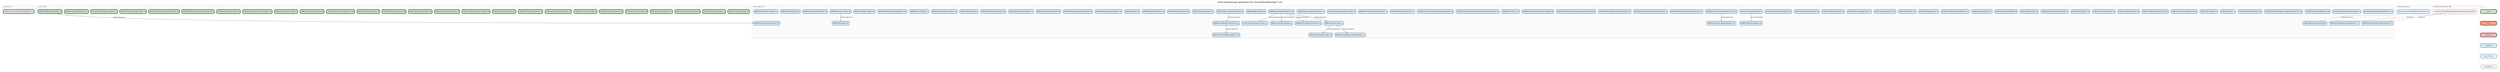
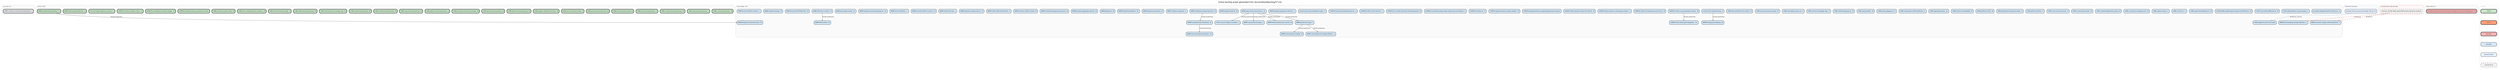
digraph backlog {
  rankdir=TB
  fontname="Helvetica"
  label="Active backlog graph generated from docs/method/backlog/*/*.md"
  labelloc=t
  fontsize=12
  node [shape=box style="rounded,filled" fontname="Helvetica" fontsize=8 margin="0.1,0.05" height=0.35]
  edge [color="#666666" arrowsize=0.5 fontname="Helvetica" fontsize=7]
  newrank=true
  ranksep=0.55
  nodesep=0.2

  subgraph cluster_up_next {
    label="up-next (1)" labeljust=l fontsize=9 fontcolor="#555555"
    style=rounded color="#cccccc" bgcolor="#fafafa"
    up_next_CORE_continuum_structural_reading_port [label="CORE-continuum-structural-reading-port - L" fillcolor="#E5E7EB" penwidth=2]
  }

  subgraph cluster_v0_8_0 {
    label="v0.8.0 (26)" labeljust=l fontsize=9 fontcolor="#555555"
    style=rounded color="#cccccc" bgcolor="#fafafa"
    v0_8_0_CORE_c_structural_parsing [label="CORE-c-structural-parsing - M" fillcolor="#C8E6C9" penwidth=2]
    v0_8_0_CORE_cpp_structural_parsing [label="CORE-cpp-structural-parsing - L" fillcolor="#C8E6C9" penwidth=2]
    v0_8_0_CORE_csharp_structural_parsing [label="CORE-csharp-structural-parsing - M" fillcolor="#C8E6C9" penwidth=2]
    v0_8_0_CORE_go_structural_parsing [label="CORE-go-structural-parsing - S" fillcolor="#C8E6C9" penwidth=2]
    v0_8_0_CORE_hcl_structured_config [label="CORE-hcl-structured-config - M" fillcolor="#C8E6C9" penwidth=2]
    v0_8_0_CORE_java_structural_parsing [label="CORE-java-structural-parsing - M" fillcolor="#C8E6C9" penwidth=2]
    v0_8_0_CORE_json_structured_config [label="CORE-json-structured-config - S" fillcolor="#C8E6C9" penwidth=2]
    v0_8_0_CORE_jupyter_notebook_structure [label="CORE-jupyter-notebook-structure - M" fillcolor="#C8E6C9" penwidth=2]
    v0_8_0_CORE_kotlin_structural_parsing [label="CORE-kotlin-structural-parsing - M" fillcolor="#C8E6C9" penwidth=2]
    v0_8_0_CORE_php_structural_parsing [label="CORE-php-structural-parsing - M" fillcolor="#C8E6C9" penwidth=2]
    v0_8_0_CORE_pr_review_structural_summary [label="CORE-pr-review-structural-summary - M" fillcolor="#C8E6C9" penwidth=2]
    v0_8_0_CORE_python_structural_parsing [label="CORE-python-structural-parsing - S" fillcolor="#C8E6C9" penwidth=2]
    v0_8_0_CORE_ruby_structural_parsing [label="CORE-ruby-structural-parsing - M" fillcolor="#C8E6C9" penwidth=2]
    v0_8_0_CORE_shell_structural_parsing [label="CORE-shell-structural-parsing - M" fillcolor="#C8E6C9" penwidth=2]
    v0_8_0_CORE_sql_structural_parsing [label="CORE-sql-structural-parsing - M" fillcolor="#C8E6C9" penwidth=2]
    v0_8_0_CORE_structural_test_coverage_map [label="CORE-structural-test-coverage-map - M" fillcolor="#C8E6C9" penwidth=2]
    v0_8_0_CORE_swift_structural_parsing [label="CORE-swift-structural-parsing - M" fillcolor="#C8E6C9" penwidth=2]
    v0_8_0_CORE_toml_structured_config [label="CORE-toml-structured-config - S" fillcolor="#C8E6C9" penwidth=2]
    v0_8_0_CORE_tool_context_injection_contracts [label="CORE-tool-context-injection-contracts - M" fillcolor="#C8E6C9" penwidth=2]
    v0_8_0_CORE_yaml_structured_config [label="CORE-yaml-structured-config - M" fillcolor="#C8E6C9" penwidth=2]
    v0_8_0_SURFACE_git_graft_enhance_provenance_hints [label="SURFACE-git-graft-enhance-provenance-hints" fillcolor="#C8E6C9" penwidth=2]
    v0_8_0_SURFACE_pr_feedback_resolution_ledger [label="SURFACE-pr-feedback-resolution-ledger - M" fillcolor="#C8E6C9" penwidth=2]
    v0_8_0_SURFACE_review_cooldown_status [label="SURFACE-review-cooldown-status - S" fillcolor="#C8E6C9" penwidth=2]
    v0_8_0_TEST_bounded_subprocess_policy [label="TEST-bounded-subprocess-policy - S" fillcolor="#C8E6C9" penwidth=2]
    v0_8_0_WARP_dead_symbol_detection [label="WARP-dead-symbol-detection - S" fillcolor="#C8E6C9" penwidth=2]
    v0_8_0_WARP_symbol_history_timeline [label="WARP-symbol-history-timeline - S" fillcolor="#C8E6C9" penwidth=2]
+   }
+ 
+   subgraph cluster_bad_code {
+     label="bad-code (1)" labeljust=l fontsize=9 fontcolor="#555555"
+     style=rounded color="#cccccc" bgcolor="#fafafa"
+     bad_code_CLEAN_remaining_structural_warp_reads_bypass_structural_reading_port [label="CLEAN-remaining-structural-warp-reads-bypass-structural-reading-port - M" fillcolor="#F6B3B3" penwidth=2]
  }

  subgraph cluster_cool_ideas {
    label="Cool Ideas (74)" labeljust=l fontsize=9 fontcolor="#555555"
    style=rounded color="#cccccc" bgcolor="#fafafa"
    cool_ideas_bounded_neighborhood_for_references [label="bounded-neighborhood-for-references - S" fillcolor="#D4E8F7" penwidth=1]
    cool_ideas_CI_001_causal_collapse_visualizer [label="CI-001-causal-collapse-visualizer - L" fillcolor="#D4E8F7" penwidth=1]
    cool_ideas_CI_002_deterministic_scenario_replay [label="CI-002-deterministic-scenario-replay - L" fillcolor="#D4E8F7" penwidth=1]
    cool_ideas_CI_003_mcp_native_diff_protocol [label="CI-003-mcp-native-diff-protocol - M" fillcolor="#D4E8F7" penwidth=1]
    cool_ideas_CLEAN_CODE_parallel_agent_merge_shared_file_loss [label="CLEAN-CODE-parallel-agent-merge-shared-file-loss - M" fillcolor="#D4E8F7" penwidth=1]
    cool_ideas_CORE_agent_handoff_protocol [label="CORE-agent-handoff-protocol - M" fillcolor="#D4E8F7" penwidth=1]
    cool_ideas_CORE_auto_focus [label="CORE-auto-focus - L" fillcolor="#D4E8F7" penwidth=1]
    cool_ideas_CORE_capture_range [label="CORE-capture-range - S" fillcolor="#D4E8F7" penwidth=1]
    cool_ideas_CORE_constructor_in_disguise_lint [label="CORE-constructor-in-disguise-lint - M" fillcolor="#D4E8F7" penwidth=1]
    cool_ideas_CORE_context_budget_forecasting [label="CORE-context-budget-forecasting - M" fillcolor="#D4E8F7" penwidth=1]
    cool_ideas_CORE_conversation_primer [label="CORE-conversation-primer - M" fillcolor="#D4E8F7" penwidth=1]
    cool_ideas_CORE_cross_session_resume [label="CORE-cross-session-resume - S" fillcolor="#D4E8F7" penwidth=1]
    cool_ideas_CORE_graft_as_teacher [label="CORE-graft-as-teacher - S" fillcolor="#D4E8F7" penwidth=1]
    cool_ideas_CORE_graft_teach_learning_receipts [label="CORE-graft-teach-learning-receipts - S" fillcolor="#D4E8F7" penwidth=1]
    cool_ideas_CORE_graft_tool_client [label="CORE-graft-tool-client - M" fillcolor="#D4E8F7" penwidth=1]
    cool_ideas_CORE_horizon_of_readability [label="CORE-horizon-of-readability - M" fillcolor="#D4E8F7" penwidth=1]
    cool_ideas_CORE_lagrangian_policy [label="CORE-lagrangian-policy - XL" fillcolor="#D4E8F7" penwidth=1]
    cool_ideas_CORE_migrate_to_slice_first_reads [label="CORE-migrate-to-slice-first-reads" fillcolor="#D4E8F7" penwidth=1]
    cool_ideas_CORE_multi_agent_conflict_detection [label="CORE-multi-agent-conflict-detection - L" fillcolor="#D4E8F7" penwidth=1]
    cool_ideas_CORE_policy_playground [label="CORE-policy-playground - S" fillcolor="#D4E8F7" penwidth=1]
    cool_ideas_CORE_policy_profiles [label="CORE-policy-profiles - M" fillcolor="#D4E8F7" penwidth=1]
    cool_ideas_CORE_self_tuning_governor [label="CORE-self-tuning-governor - M" fillcolor="#D4E8F7" penwidth=1]
    cool_ideas_CORE_session_knowledge_map [label="CORE-session-knowledge-map - S" fillcolor="#D4E8F7" penwidth=1]
    cool_ideas_CORE_speculative_read_cost [label="CORE-speculative-read-cost - S" fillcolor="#D4E8F7" penwidth=1]
    cool_ideas_CORE_structural_session_replay [label="CORE-structural-session-replay - M" fillcolor="#D4E8F7" penwidth=1]
    cool_ideas_CORE_wire_primitives_into_runtime [label="CORE-wire-primitives-into-runtime - M" fillcolor="#D4E8F7" penwidth=1]
    cool_ideas_monitor_tick_ceiling_tracking [label="monitor-tick-ceiling-tracking - S" fillcolor="#D4E8F7" penwidth=1]
    cool_ideas_SURFACE_active_causal_workspace_status [label="SURFACE-active-causal-workspace-status - M" fillcolor="#D4E8F7" penwidth=1]
    cool_ideas_SURFACE_attach_to_existing_causal_session [label="SURFACE-attach-to-existing-causal-session - M" fillcolor="#D4E8F7" penwidth=1]
    cool_ideas_SURFACE_bijou_daemon_control_plane_actions [label="SURFACE-bijou-daemon-control-plane-actions - L" fillcolor="#D4E8F7" penwidth=1]
    cool_ideas_SURFACE_bijou_daemon_status_live_refresh [label="SURFACE-bijou-daemon-status-live-refresh - M" fillcolor="#D4E8F7" penwidth=1]
    cool_ideas_SURFACE_git_graft_enhance_expanded_git_subcommands [label="SURFACE-git-graft-enhance-expanded-git-subcommands" fillcolor="#D4E8F7" penwidth=1]
    cool_ideas_SURFACE_graft_review_pr_number_adapter [label="SURFACE-graft-review-pr-number-adapter - M" fillcolor="#D4E8F7" penwidth=1]
    cool_ideas_SURFACE_ide_native_graft_integration [label="SURFACE-ide-native-graft-integration - XL" fillcolor="#D4E8F7" penwidth=1]
    cool_ideas_SURFACE_init_dry_run [label="SURFACE-init-dry-run - S" fillcolor="#D4E8F7" penwidth=1]
    cool_ideas_SURFACE_local_history_dag_render_mode_and_count_legend [label="SURFACE-local-history-dag-render-mode-and-count-legend - S" fillcolor="#D4E8F7" penwidth=1]
    cool_ideas_SURFACE_non_codex_instruction_bootstrap_parity [label="SURFACE-non-codex-instruction-bootstrap-parity - M" fillcolor="#D4E8F7" penwidth=1]
    cool_ideas_SURFACE_offer_rename_refactor [label="SURFACE-offer-rename-refactor - L" fillcolor="#D4E8F7" penwidth=1]
    cool_ideas_SURFACE_terminal_activity_browser_tui [label="SURFACE-terminal-activity-browser-tui - L" fillcolor="#D4E8F7" penwidth=1]
    cool_ideas_traverse_plus_query_hydration_helper [label="traverse-plus-query-hydration-helper - S" fillcolor="#D4E8F7" penwidth=1]
    cool_ideas_WARP_adaptive_projection_selection [label="WARP-adaptive-projection-selection - L" fillcolor="#D4E8F7" penwidth=1]
    cool_ideas_WARP_agent_action_provenance [label="WARP-agent-action-provenance - XL" fillcolor="#D4E8F7" penwidth=1]
    cool_ideas_WARP_auto_breaking_change_detection [label="WARP-auto-breaking-change-detection - L" fillcolor="#D4E8F7" penwidth=1]
    cool_ideas_WARP_background_indexing [label="WARP-background-indexing - M" fillcolor="#D4E8F7" penwidth=1]
    cool_ideas_WARP_budget_elasticity [label="WARP-budget-elasticity - M" fillcolor="#D4E8F7" penwidth=1]
    cool_ideas_WARP_causal_blame_for_staged_artifacts [label="WARP-causal-blame-for-staged-artifacts - L" fillcolor="#D4E8F7" penwidth=1]
    cool_ideas_WARP_causal_write_tracking [label="WARP-causal-write-tracking - L" fillcolor="#D4E8F7" penwidth=1]
    cool_ideas_WARP_codebase_entropy_trajectory [label="WARP-codebase-entropy-trajectory - M" fillcolor="#D4E8F7" penwidth=1]
    cool_ideas_WARP_codebase_signature [label="WARP-codebase-signature - L" fillcolor="#D4E8F7" penwidth=1]
    cool_ideas_WARP_counterfactual_refactoring [label="WARP-counterfactual-refactoring - XL" fillcolor="#D4E8F7" penwidth=1]
    cool_ideas_WARP_degeneracy_warning [label="WARP-degeneracy-warning - M" fillcolor="#D4E8F7" penwidth=1]
    cool_ideas_WARP_drift_sentinel [label="WARP-drift-sentinel - M" fillcolor="#D4E8F7" penwidth=1]
    cool_ideas_WARP_footprint_parallelism [label="WARP-footprint-parallelism - XL" fillcolor="#D4E8F7" penwidth=1]
    cool_ideas_WARP_graft_pack [label="WARP-graft-pack - M" fillcolor="#D4E8F7" penwidth=1]
    cool_ideas_WARP_grouped_aggregate_queries [label="WARP-grouped-aggregate-queries - M" fillcolor="#D4E8F7" penwidth=1]
    cool_ideas_WARP_intent_and_decision_events [label="WARP-intent-and-decision-events - M" fillcolor="#D4E8F7" penwidth=1]
    cool_ideas_WARP_intentional_degeneracy_privacy [label="WARP-intentional-degeneracy-privacy - M" fillcolor="#D4E8F7" penwidth=1]
    cool_ideas_WARP_minimum_viable_context [label="WARP-minimum-viable-context - M" fillcolor="#D4E8F7" penwidth=1]
    cool_ideas_WARP_outline_diff_commit_trailer [label="WARP-outline-diff-commit-trailer - S" fillcolor="#D4E8F7" penwidth=1]
    cool_ideas_WARP_projection_safety_classes [label="WARP-projection-safety-classes - M" fillcolor="#D4E8F7" penwidth=1]
    cool_ideas_WARP_provenance_dag [label="WARP-provenance-dag - L" fillcolor="#D4E8F7" penwidth=1]
    cool_ideas_WARP_reasoning_trace_replay [label="WARP-reasoning-trace-replay - M" fillcolor="#D4E8F7" penwidth=1]
    cool_ideas_WARP_rulial_heat_map [label="WARP-rulial-heat-map - L" fillcolor="#D4E8F7" penwidth=1]
    cool_ideas_WARP_semantic_drift_in_sessions [label="WARP-semantic-drift-in-sessions - M" fillcolor="#D4E8F7" penwidth=1]
    cool_ideas_WARP_semantic_merge_conflict_prediction [label="WARP-semantic-merge-conflict-prediction - L" fillcolor="#D4E8F7" penwidth=1]
    cool_ideas_WARP_session_filtration [label="WARP-session-filtration - L" fillcolor="#D4E8F7" penwidth=1]
    cool_ideas_WARP_shadow_structural_workspaces [label="WARP-shadow-structural-workspaces - XL" fillcolor="#D4E8F7" penwidth=1]
    cool_ideas_WARP_speculative_merge [label="WARP-speculative-merge - XL" fillcolor="#D4E8F7" penwidth=1]
    cool_ideas_WARP_stale_docs_checker [label="WARP-stale-docs-checker - M" fillcolor="#D4E8F7" penwidth=1]
    cool_ideas_WARP_structural_drift_detection [label="WARP-structural-drift-detection - M" fillcolor="#D4E8F7" penwidth=1]
    cool_ideas_WARP_structural_impact_prediction [label="WARP-structural-impact-prediction - XL" fillcolor="#D4E8F7" penwidth=1]
    cool_ideas_WARP_symbol_heatmap [label="WARP-symbol-heatmap - M" fillcolor="#D4E8F7" penwidth=1]
    cool_ideas_WARP_technical_debt_curvature [label="WARP-technical-debt-curvature - L" fillcolor="#D4E8F7" penwidth=1]
    cool_ideas_WARP_temporal_structural_search [label="WARP-temporal-structural-search - M" fillcolor="#D4E8F7" penwidth=1]
  }

  subgraph cluster_external {
    label="External blockers" labeljust=l fontsize=9 fontcolor="#555555"
    style=rounded color="#cccccc" bgcolor="#f8fbff"
    external_git_warp_observer_geometry_ladder__Rung_2_4_ [label="git-warp observer geometry ladder (Rung 2-4)" fillcolor="#E8F2FF" penwidth=1]
  }

  subgraph cluster_unresolved {
    label="Unresolved internal refs" labeljust=l fontsize=9 fontcolor="#555555"
    style="rounded,dashed" color="#cc3333" bgcolor="#fff7f7"
    unresolved_CLEAN_CODE_export_diff_semver_signature_as_patch [label="missing: CLEAN_CODE_export-diff-semver-signature-as-patch" fillcolor="#F2F2F2" penwidth=1 style="rounded,dashed,filled"]
  }

  cool_ideas_monitor_tick_ceiling_tracking -> cool_ideas_WARP_background_indexing [label="blocked_by/blocking"]
  cool_ideas_SURFACE_active_causal_workspace_status -> cool_ideas_SURFACE_ide_native_graft_integration [label="blocked_by/blocking"]
  cool_ideas_WARP_agent_action_provenance -> cool_ideas_CI_001_causal_collapse_visualizer [label="blocked_by/blocking"]
  cool_ideas_WARP_agent_action_provenance -> cool_ideas_WARP_causal_write_tracking [label="blocked_by/blocking"]
  cool_ideas_WARP_agent_action_provenance -> cool_ideas_WARP_intent_and_decision_events [label="blocked_by/blocking"]
  cool_ideas_WARP_agent_action_provenance -> cool_ideas_WARP_provenance_dag [label="blocked_by/blocking"]
  cool_ideas_WARP_codebase_entropy_trajectory -> cool_ideas_WARP_counterfactual_refactoring [label="blocked_by/blocking"]
  cool_ideas_WARP_counterfactual_refactoring -> cool_ideas_WARP_structural_impact_prediction [label="blocked_by/blocking"]
  cool_ideas_WARP_provenance_dag -> cool_ideas_WARP_causal_blame_for_staged_artifacts [label="blocked_by/blocking"]
  cool_ideas_WARP_provenance_dag -> cool_ideas_WARP_reasoning_trace_replay [label="blocked_by/blocking"]
  cool_ideas_WARP_stale_docs_checker -> cool_ideas_WARP_drift_sentinel [label="blocked_by/blocking"]
  external_git_warp_observer_geometry_ladder__Rung_2_4_ -> cool_ideas_CORE_migrate_to_slice_first_reads [label="blocked_by_external" style=dashed color="#4477AA"]
  unresolved_CLEAN_CODE_export_diff_semver_signature_as_patch -> cool_ideas_WARP_auto_breaking_change_detection [label="blocked_by" style=dashed color="#CC3333"]
  unresolved_CLEAN_CODE_export_diff_semver_signature_as_patch -> cool_ideas_WARP_semantic_merge_conflict_prediction [label="blocked_by" style=dashed color="#CC3333"]
  v0_8_0_WARP_symbol_history_timeline -> cool_ideas_WARP_temporal_structural_search [label="blocked_by/blocking"]

  subgraph cluster_legend {
    label="Legend" labeljust=l fontsize=8 fontcolor="#aaaaaa"
    style=rounded color="#dddddd"
    node [fontsize=7 width=1.4]
    leg_v08 [label="v0.8.0" fillcolor="#C8E6C9" penwidth=2]
    leg_v07 [label="v0.7.0" fillcolor="#FFA07A" penwidth=2]
    leg_bad [label="bad-code" fillcolor="#F6B3B3" penwidth=2]
    leg_idea [label="cool-ideas" fillcolor="#D4E8F7" penwidth=1]
    leg_external [label="external blocker" fillcolor="#E8F2FF" penwidth=1]
    leg_unresolved [label="unresolved ref" fillcolor="#F2F2F2" penwidth=1 style="rounded,dashed,filled"]
    leg_v08 -> leg_v07 [style=invis]
    leg_v07 -> leg_bad [style=invis]
    leg_bad -> leg_idea [style=invis]
    leg_idea -> leg_external [style=invis]
    leg_external -> leg_unresolved [style=invis]
  }
}
